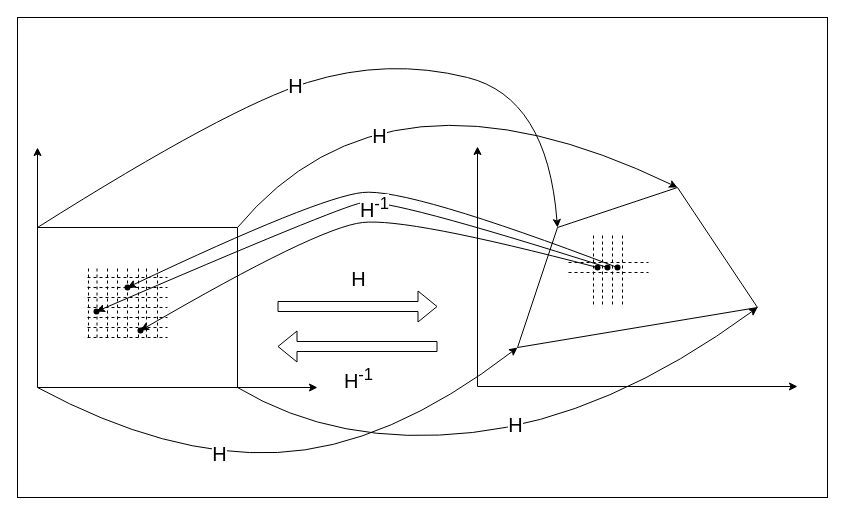
Before: page "Page-1" (3 of 3) of Registration/warp.dio in ZaneWiegand/Microscope-SR, a draw.io diagram. Source tidied: cells renumbered, new cells numbered last; positions are measured from the earlier drawing's top-left corner, leaving out a move shared by most shapes. Both pictures are drawn from the tidied source at 100%, with x=0, y=0 at pixel (17, 17).
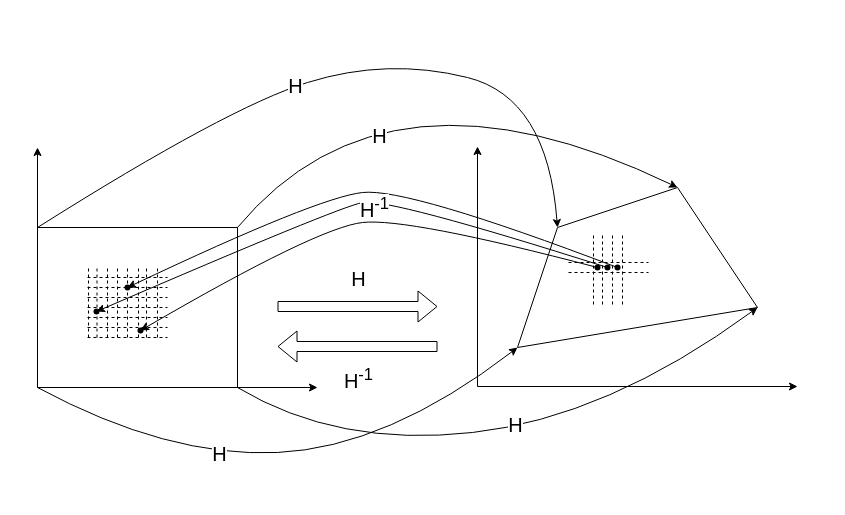
After the change.

Change to the diagram source:
```diff
@@
-    <mxCell id="2" style="rounded=0;whiteSpace=wrap;html=1;gradientColor=none;fillColor=#FFFFFF;" parent="1" vertex="1">
-      <mxGeometry width="810" height="480" as="geometry" />
-    </mxCell>
```
